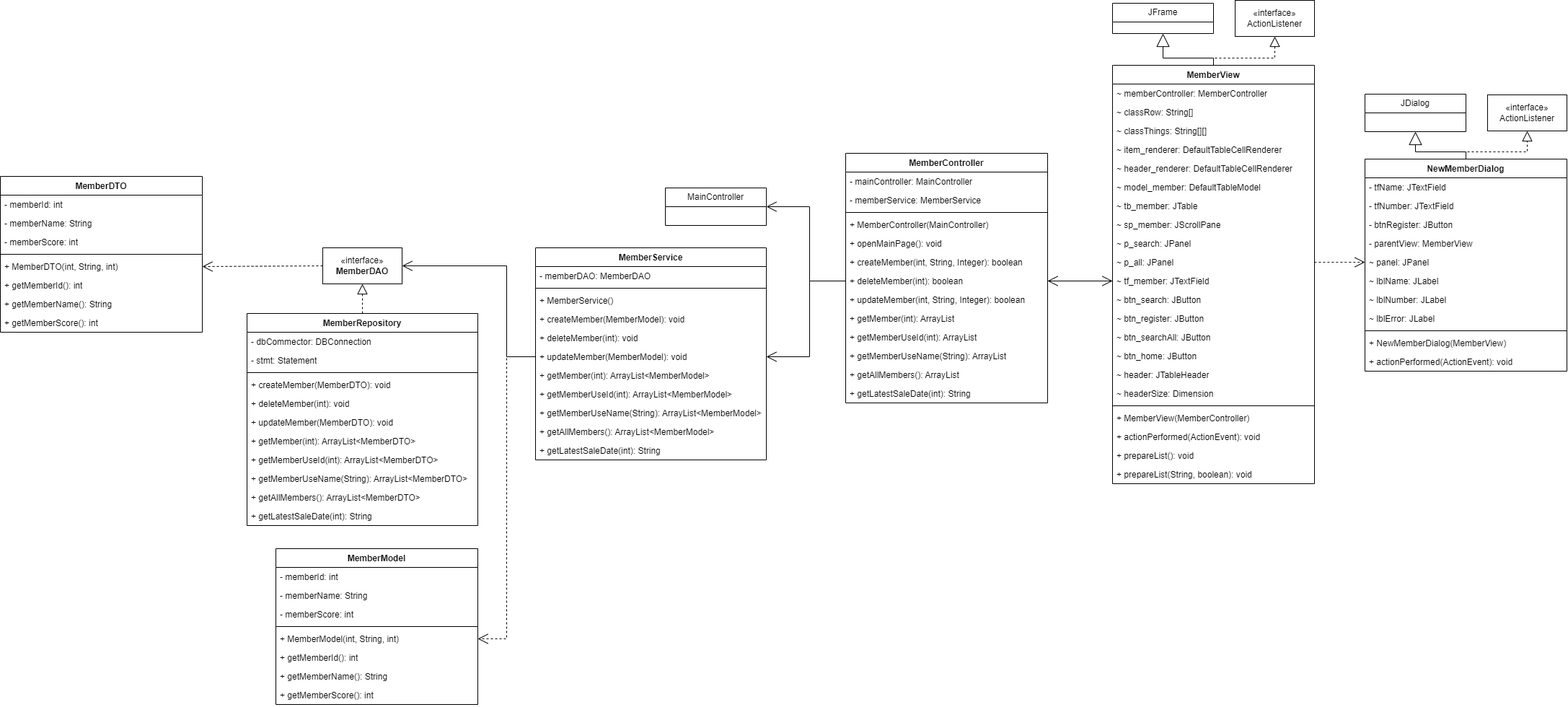
P-POS/PPOS keeps this draw.io diagram as diagram/Member.drawio.png. Above is the earlier version. Source tidied: cells renumbered, new cells last; positions are measured from the earlier drawing's top-left corner, leaving out a move shared by most shapes.
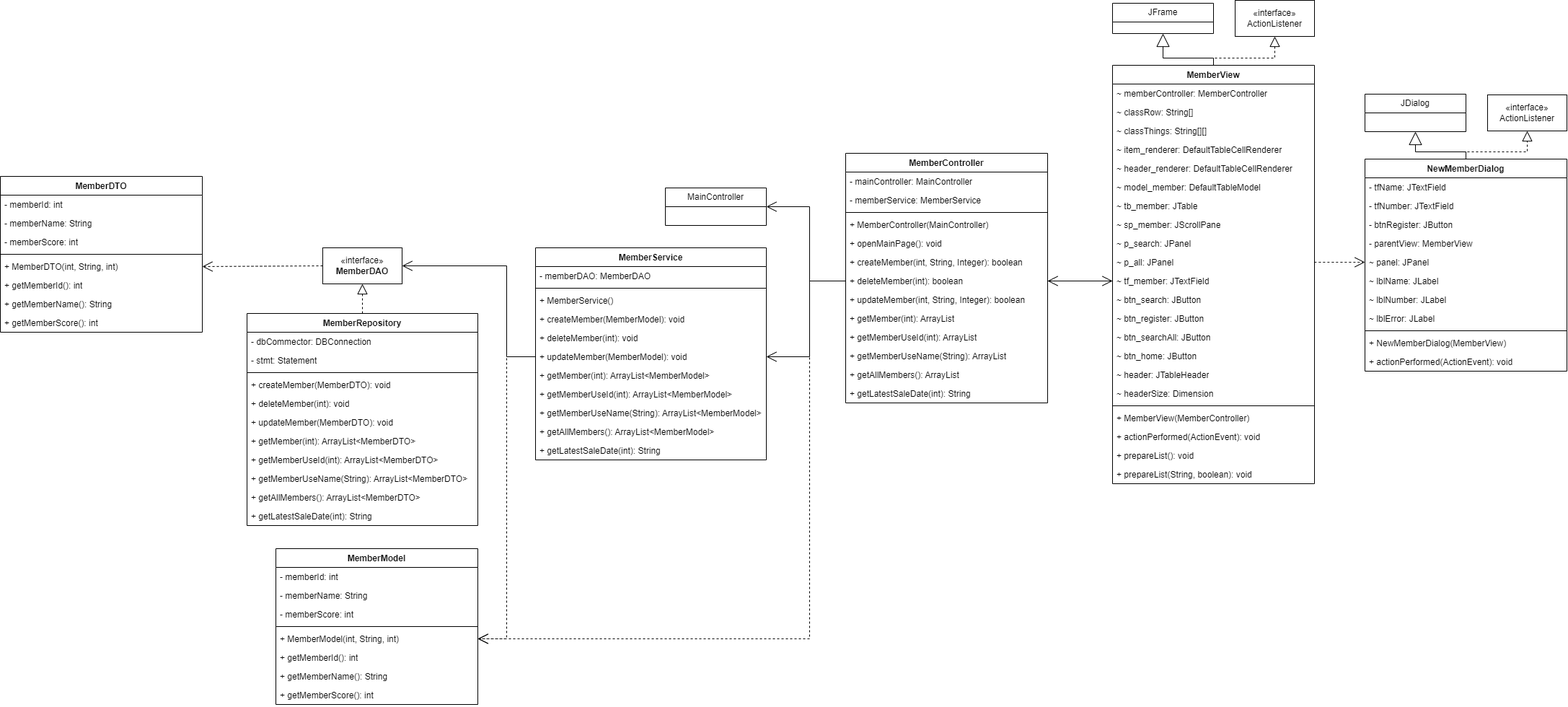
After the commit.

Diff of the diagram source:
```diff
@@ -372,5 +372,13 @@
     <mxCell id="111" style="endArrow=open;endSize=12;dashed=1;html=1;rounded=0;fontSize=12;curved=1;exitX=1;exitY=0.5;exitDx=0;exitDy=0;entryX=0;entryY=0.5;entryDx=0;entryDy=0;" parent="1" edge="1" source="38" target="58">
       <mxGeometry relative="1" as="geometry" />
     </mxCell>
+    <mxCell id="112" style="endArrow=open;endSize=12;dashed=1;html=1;rounded=0;fontSize=12;curved=0;exitX=0;exitY=0.5;exitDx=0;exitDy=0;entryX=1;entryY=0.5;entryDx=0;entryDy=0;" parent="1" edge="1" source="9" target="90">
+      <mxGeometry relative="1" as="geometry">
+        <Array as="points">
+          <mxPoint x="1122" y="389" />
+          <mxPoint x="1122" y="885" />
+        </Array>
+      </mxGeometry>
+    </mxCell>
   </root>
 </mxGraphModel>
```
